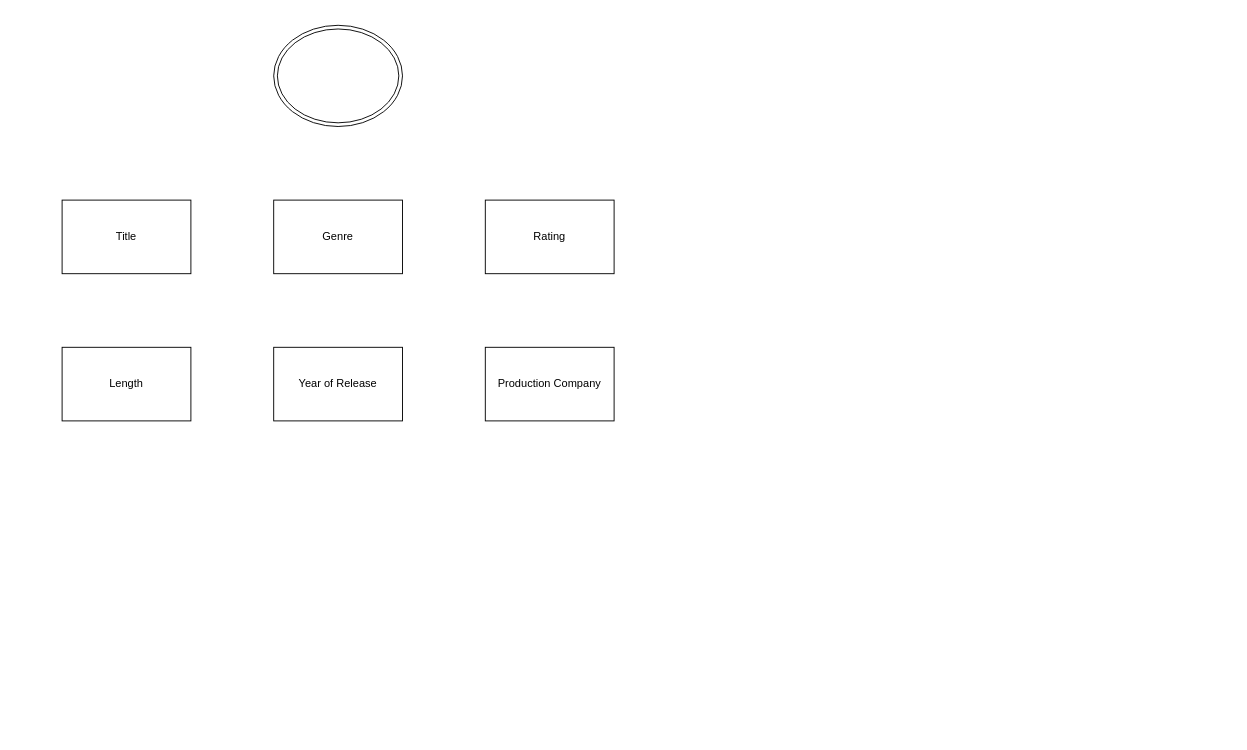
Above: CPSC 2221 Lab 1.drawio in William-BC-CA/CPSC2221_ER_Modelling (draw.io), before the change. Source tidied: cells renumbered, new cells numbered last; positions are measured from the earlier drawing's top-left corner, leaving out a move shared by most shapes. Both pictures are drawn from the tidied source at 92%, with x=0, y=0 at pixel (62, 25).
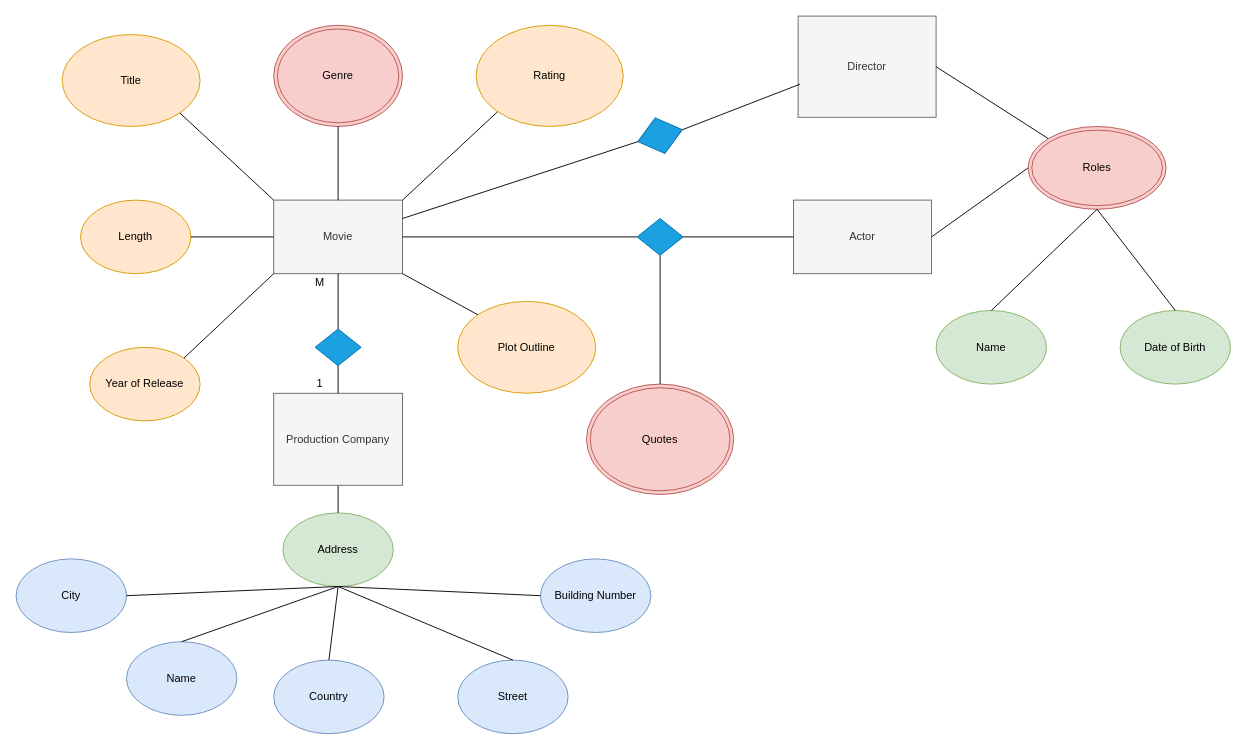
The same diagram, later.

Diff of the diagram source:
```diff
@@
-    <mxCell id="2" value="Title" style="rounded=0;whiteSpace=wrap;html=1;" parent="1" vertex="1">
-      <mxGeometry y="190" width="140" height="80" as="geometry" />
+    <mxCell id="2" value="Movie" style="rounded=0;whiteSpace=wrap;html=1;fillColor=#f5f5f5;strokeColor=#666666;fontColor=#333333;" parent="1" vertex="1">
+      <mxGeometry x="230" y="190" width="140" height="80" as="geometry" />
     </mxCell>
-    <mxCell id="3" value="Genre" style="rounded=0;whiteSpace=wrap;html=1;" parent="1" vertex="1">
-      <mxGeometry x="230" y="190" width="140" height="80" as="geometry" />
-    </mxCell>
+    <mxCell id="8" value="Genre" style="ellipse;shape=doubleEllipse;whiteSpace=wrap;html=1;fillColor=#f8cecc;strokeColor=#b85450;" parent="1" vertex="1">
+      <mxGeometry x="230" width="140" height="110" as="geometry" />
+    </mxCell>
+    <mxCell id="9" value="Title" style="ellipse;whiteSpace=wrap;html=1;fillColor=#ffe6cc;strokeColor=#d79b00;" parent="1" vertex="1">
+      <mxGeometry y="10" width="150" height="100" as="geometry" />
+    </mxCell>
-    <mxCell id="4" value="Rating" style="rounded=0;whiteSpace=wrap;html=1;" parent="1" vertex="1">
-      <mxGeometry x="460" y="190" width="140" height="80" as="geometry" />
+    <mxCell id="4" value="Rating" style="ellipse;whiteSpace=wrap;html=1;fillColor=#ffe6cc;strokeColor=#d79b00;" parent="1" vertex="1">
+      <mxGeometry x="450" width="160" height="110" as="geometry" />
     </mxCell>
+    <mxCell id="6" value="Length" style="ellipse;whiteSpace=wrap;html=1;fillColor=#ffe6cc;strokeColor=#d79b00;" parent="1" vertex="1">
+      <mxGeometry x="20" y="190" width="120" height="80" as="geometry" />
+    </mxCell>
-    <mxCell id="5" value="Year of Release" style="rounded=0;whiteSpace=wrap;html=1;" parent="1" vertex="1">
-      <mxGeometry x="230" y="350" width="140" height="80" as="geometry" />
+    <mxCell id="5" value="Year of Release" style="ellipse;whiteSpace=wrap;html=1;fillColor=#ffe6cc;strokeColor=#d79b00;" parent="1" vertex="1">
+      <mxGeometry x="30" y="350" width="120" height="80" as="geometry" />
     </mxCell>
-    <mxCell id="6" value="Length" style="rounded=0;whiteSpace=wrap;html=1;" parent="1" vertex="1">
-      <mxGeometry y="350" width="140" height="80" as="geometry" />
-    </mxCell>
+    <mxCell id="10" value="Plot Outline" style="ellipse;whiteSpace=wrap;html=1;fillColor=#ffe6cc;strokeColor=#d79b00;" parent="1" vertex="1">
+      <mxGeometry x="430" y="300" width="150" height="100" as="geometry" />
+    </mxCell>
+    <mxCell id="11" value="Name" style="ellipse;whiteSpace=wrap;html=1;fillColor=#dae8fc;strokeColor=#6c8ebf;" parent="1" vertex="1">
+      <mxGeometry x="70" y="670" width="120" height="80" as="geometry" />
+    </mxCell>
+    <mxCell id="12" value="Address" style="ellipse;whiteSpace=wrap;html=1;fillColor=#d5e8d4;strokeColor=#82b366;" parent="1" vertex="1">
+      <mxGeometry x="240" y="530" width="120" height="80" as="geometry" />
+    </mxCell>
+    <mxCell id="13" value="Country" style="ellipse;whiteSpace=wrap;html=1;fillColor=#dae8fc;strokeColor=#6c8ebf;" parent="1" vertex="1">
+      <mxGeometry x="230" y="690" width="120" height="80" as="geometry" />
+    </mxCell>
+    <mxCell id="14" value="City" style="ellipse;whiteSpace=wrap;html=1;fillColor=#dae8fc;strokeColor=#6c8ebf;" parent="1" vertex="1">
+      <mxGeometry x="-50" y="580" width="120" height="80" as="geometry" />
+    </mxCell>
+    <mxCell id="15" value="Street" style="ellipse;whiteSpace=wrap;html=1;fillColor=#dae8fc;strokeColor=#6c8ebf;" parent="1" vertex="1">
+      <mxGeometry x="430" y="690" width="120" height="80" as="geometry" />
+    </mxCell>
+    <mxCell id="16" value="Building Number" style="ellipse;whiteSpace=wrap;html=1;fillColor=#dae8fc;strokeColor=#6c8ebf;" parent="1" vertex="1">
+      <mxGeometry x="520" y="580" width="120" height="80" as="geometry" />
+    </mxCell>
+    <mxCell id="17" value="Actor" style="rounded=0;whiteSpace=wrap;html=1;fillColor=#f5f5f5;strokeColor=#666666;fontColor=#333333;" parent="1" vertex="1">
+      <mxGeometry x="795" y="190" width="150" height="80" as="geometry" />
+    </mxCell>
+    <mxCell id="18" value="Name" style="ellipse;whiteSpace=wrap;html=1;fillColor=#d5e8d4;strokeColor=#82b366;" parent="1" vertex="1">
+      <mxGeometry x="950" y="310" width="120" height="80" as="geometry" />
+    </mxCell>
+    <mxCell id="19" value="Quotes" style="ellipse;shape=doubleEllipse;whiteSpace=wrap;html=1;fillColor=#f8cecc;strokeColor=#b85450;" parent="1" vertex="1">
+      <mxGeometry x="570" y="390" width="160" height="120" as="geometry" />
+    </mxCell>
+    <mxCell id="20" style="rhombus;whiteSpace=wrap;html=1;fillColor=#1ba1e2;strokeColor=#006EAF;fontColor=#ffffff;" parent="1" vertex="1">
+      <mxGeometry x="625" y="210" width="50" height="40" as="geometry" />
+    </mxCell>
+    <mxCell id="21" value="Date of Birth" style="ellipse;whiteSpace=wrap;html=1;fillColor=#d5e8d4;strokeColor=#82b366;" parent="1" vertex="1">
+      <mxGeometry x="1150" y="310" width="120" height="80" as="geometry" />
+    </mxCell>
+    <mxCell id="22" value="Roles" style="ellipse;shape=doubleEllipse;whiteSpace=wrap;html=1;fillColor=#f8cecc;strokeColor=#b85450;" parent="1" vertex="1">
+      <mxGeometry x="1050" y="110" width="150" height="90" as="geometry" />
+    </mxCell>
+    <mxCell id="23" style="rhombus;whiteSpace=wrap;html=1;fillColor=#1ba1e2;strokeColor=#006EAF;fontColor=#ffffff;" parent="1" vertex="1">
+      <mxGeometry x="275" y="330" width="50" height="40" as="geometry" />
+    </mxCell>
+    <mxCell id="24" style="endArrow=none;html=1;entryX=0;entryY=0.5;entryDx=0;entryDy=0;exitX=1;exitY=0.5;exitDx=0;exitDy=0;" parent="1" edge="1" source="2" target="20">
+      <mxGeometry relative="1" as="geometry" />
+    </mxCell>
+    <mxCell id="25" style="endArrow=none;html=1;entryX=0.5;entryY=1;entryDx=0;entryDy=0;exitX=0.5;exitY=0;exitDx=0;exitDy=0;" parent="1" edge="1" source="19" target="20">
+      <mxGeometry relative="1" as="geometry" />
+    </mxCell>
+    <mxCell id="26" style="endArrow=none;html=1;entryX=0;entryY=0.5;entryDx=0;entryDy=0;exitX=1;exitY=0.5;exitDx=0;exitDy=0;" parent="1" edge="1" source="20" target="17">
+      <mxGeometry relative="1" as="geometry" />
+    </mxCell>
+    <mxCell id="27" style="endArrow=none;html=1;exitX=0.5;exitY=0;exitDx=0;exitDy=0;entryX=0.5;entryY=1;entryDx=0;entryDy=0;" parent="1" edge="1" source="11" target="12">
+      <mxGeometry relative="1" as="geometry" />
+    </mxCell>
+    <mxCell id="28" style="endArrow=none;html=1;exitX=0.5;exitY=0;exitDx=0;exitDy=0;entryX=0.5;entryY=1;entryDx=0;entryDy=0;" parent="1" edge="1" source="13" target="12">
+      <mxGeometry relative="1" as="geometry" />
+    </mxCell>
+    <mxCell id="29" style="endArrow=none;html=1;exitX=0.5;exitY=0;exitDx=0;exitDy=0;entryX=0.5;entryY=1;entryDx=0;entryDy=0;" parent="1" edge="1" source="12" target="7">
+      <mxGeometry relative="1" as="geometry" />
+    </mxCell>
+    <mxCell id="30" style="endArrow=none;html=1;exitX=1;exitY=0.5;exitDx=0;exitDy=0;entryX=0.5;entryY=1;entryDx=0;entryDy=0;" parent="1" edge="1" source="14" target="12">
+      <mxGeometry relative="1" as="geometry" />
+    </mxCell>
+    <mxCell id="31" style="endArrow=none;html=1;exitX=0.5;exitY=0;exitDx=0;exitDy=0;" parent="1" edge="1" source="15">
+      <mxGeometry relative="1" as="geometry">
+        <mxPoint x="300" y="610" as="targetPoint" />
+      </mxGeometry>
+    </mxCell>
+    <mxCell id="32" style="endArrow=none;html=1;entryX=0;entryY=0.5;entryDx=0;entryDy=0;exitX=0.5;exitY=1;exitDx=0;exitDy=0;" parent="1" edge="1" source="12" target="16">
+      <mxGeometry relative="1" as="geometry" />
+    </mxCell>
+    <mxCell id="33" style="endArrow=none;html=1;exitX=1;exitY=0.5;exitDx=0;exitDy=0;" parent="1" edge="1" source="6">
+      <mxGeometry relative="1" as="geometry">
+        <mxPoint x="230" y="230" as="targetPoint" />
+      </mxGeometry>
+    </mxCell>
+    <mxCell id="34" style="endArrow=none;html=1;exitX=1;exitY=0;exitDx=0;exitDy=0;entryX=0;entryY=1;entryDx=0;entryDy=0;" parent="1" edge="1" source="5" target="2">
+      <mxGeometry relative="1" as="geometry" />
+    </mxCell>
+    <mxCell id="35" style="endArrow=none;html=1;exitX=0.5;exitY=0;exitDx=0;exitDy=0;entryX=0.5;entryY=1;entryDx=0;entryDy=0;" parent="1" edge="1" source="2" target="8">
+      <mxGeometry relative="1" as="geometry" />
+    </mxCell>
+    <mxCell id="36" style="endArrow=none;html=1;exitX=1;exitY=0;exitDx=0;exitDy=0;entryX=0;entryY=1;entryDx=0;entryDy=0;" parent="1" edge="1" source="2" target="4">
+      <mxGeometry relative="1" as="geometry" />
+    </mxCell>
+    <mxCell id="37" style="endArrow=none;html=1;exitX=1;exitY=0.5;exitDx=0;exitDy=0;entryX=0;entryY=0.5;entryDx=0;entryDy=0;" parent="1" edge="1" source="17" target="22">
+      <mxGeometry relative="1" as="geometry" />
+    </mxCell>
+    <mxCell id="38" style="endArrow=none;html=1;exitX=0.5;exitY=0;exitDx=0;exitDy=0;entryX=0.5;entryY=1;entryDx=0;entryDy=0;" parent="1" edge="1" source="18" target="22">
+      <mxGeometry relative="1" as="geometry" />
+    </mxCell>
+    <mxCell id="39" style="endArrow=none;html=1;exitX=0.5;exitY=0;exitDx=0;exitDy=0;entryX=0.5;entryY=1;entryDx=0;entryDy=0;" parent="1" edge="1" source="21" target="22">
+      <mxGeometry relative="1" as="geometry" />
+    </mxCell>
+    <mxCell id="40" style="endArrow=none;html=1;entryX=0;entryY=0;entryDx=0;entryDy=0;exitX=1;exitY=1;exitDx=0;exitDy=0;" parent="1" edge="1" source="2" target="10">
+      <mxGeometry relative="1" as="geometry" />
+    </mxCell>
+    <mxCell id="41" style="endArrow=none;html=1;entryX=1;entryY=1;entryDx=0;entryDy=0;exitX=0;exitY=0;exitDx=0;exitDy=0;" parent="1" edge="1" source="2" target="9">
+      <mxGeometry relative="1" as="geometry" />
+    </mxCell>
+    <mxCell id="42" value="Director" style="rounded=0;whiteSpace=wrap;html=1;fillColor=#f5f5f5;strokeColor=#666666;fontColor=#333333;" parent="1" vertex="1">
+      <mxGeometry x="800" y="-10" width="150" height="110" as="geometry" />
+    </mxCell>
+    <mxCell id="43" style="endArrow=none;html=1;entryX=1;entryY=0.5;entryDx=0;entryDy=0;exitX=0;exitY=0;exitDx=0;exitDy=0;" parent="1" edge="1" source="22" target="42">
+      <mxGeometry relative="1" as="geometry" />
+    </mxCell>
+    <mxCell id="44" style="rhombus;whiteSpace=wrap;html=1;fillColor=#1ba1e2;strokeColor=#006EAF;fontColor=#ffffff;rotation=-15;" parent="1" vertex="1">
+      <mxGeometry x="625" y="100" width="50" height="40" as="geometry" />
+    </mxCell>
+    <mxCell id="45" style="endArrow=none;html=1;entryX=0.013;entryY=0.673;entryDx=0;entryDy=0;exitX=1;exitY=0.5;exitDx=0;exitDy=0;entryPerimeter=0;" parent="1" edge="1" source="44" target="42">
+      <mxGeometry relative="1" as="geometry" />
+    </mxCell>
+    <mxCell id="46" style="endArrow=none;html=1;exitX=1;exitY=0.25;exitDx=0;exitDy=0;entryX=0;entryY=0.5;entryDx=0;entryDy=0;" parent="1" edge="1" source="2" target="44">
+      <mxGeometry relative="1" as="geometry" />
+    </mxCell>
+    <mxCell id="47" value="1" style="text;html=1;align=center;verticalAlign=middle;strokeColor=none;" parent="1" vertex="1">
+      <mxGeometry x="270" y="380" width="20" height="20" as="geometry" />
+    </mxCell>
+    <mxCell id="48" value="M" style="text;html=1;align=center;verticalAlign=middle;strokeColor=none;" parent="1" vertex="1">
+      <mxGeometry x="265" y="270" width="30" height="20" as="geometry" />
+    </mxCell>
-    <mxCell id="7" value="Production Company" style="rounded=0;whiteSpace=wrap;html=1;" parent="1" vertex="1">
-      <mxGeometry x="460" y="350" width="140" height="80" as="geometry" />
+    <mxCell id="7" value="Production Company" style="rounded=0;whiteSpace=wrap;html=1;fillColor=#f5f5f5;strokeColor=#666666;fontColor=#333333;" parent="1" vertex="1">
+      <mxGeometry x="230" y="400" width="140" height="100" as="geometry" />
     </mxCell>
-    <mxCell id="8" style="ellipse;shape=doubleEllipse;whiteSpace=wrap;html=1;" parent="1" vertex="1">
-      <mxGeometry x="230" width="140" height="110" as="geometry" />
-    </mxCell>
+    <mxCell id="49" style="endArrow=none;html=1;entryX=0.5;entryY=1;entryDx=0;entryDy=0;exitX=0.5;exitY=0;exitDx=0;exitDy=0;" parent="1" edge="1" source="23" target="2">
+      <mxGeometry relative="1" as="geometry" />
+    </mxCell>
+    <mxCell id="50" style="endArrow=none;html=1;exitX=0.5;exitY=0;exitDx=0;exitDy=0;entryX=0.5;entryY=1;entryDx=0;entryDy=0;" parent="1" edge="1" source="7" target="23">
+      <mxGeometry relative="1" as="geometry" />
+    </mxCell>
```
